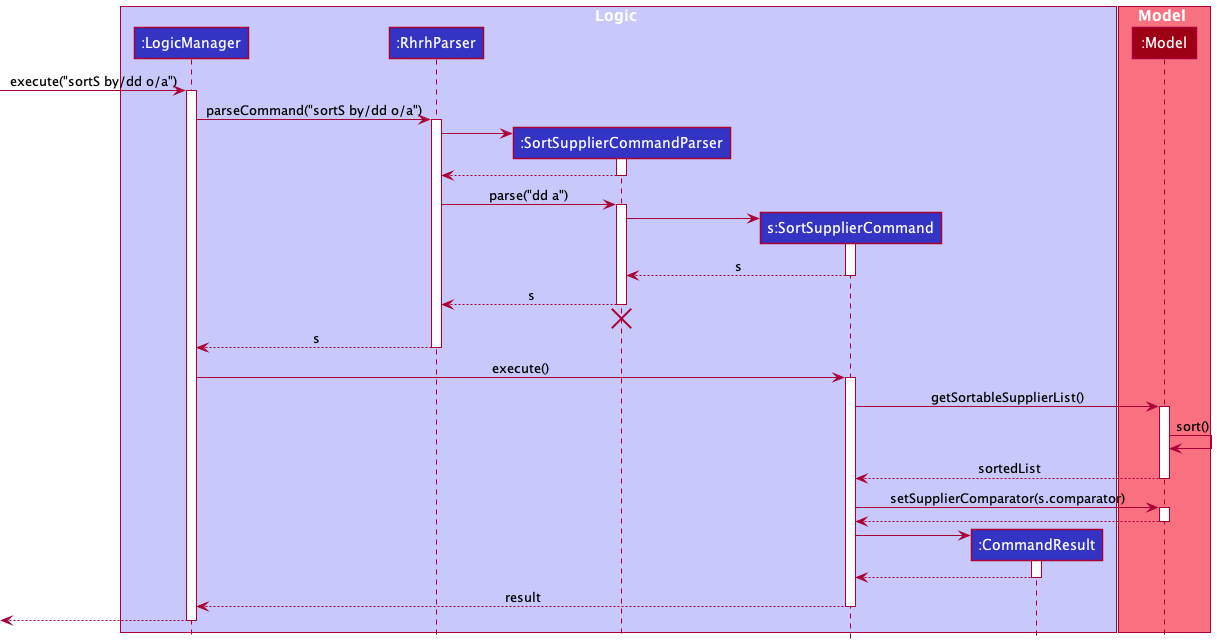
Before: docs/images/SortSequenceDiagram.png, a diagram exported from PlantUML (nus-cs2103-AY2122S1/tp).
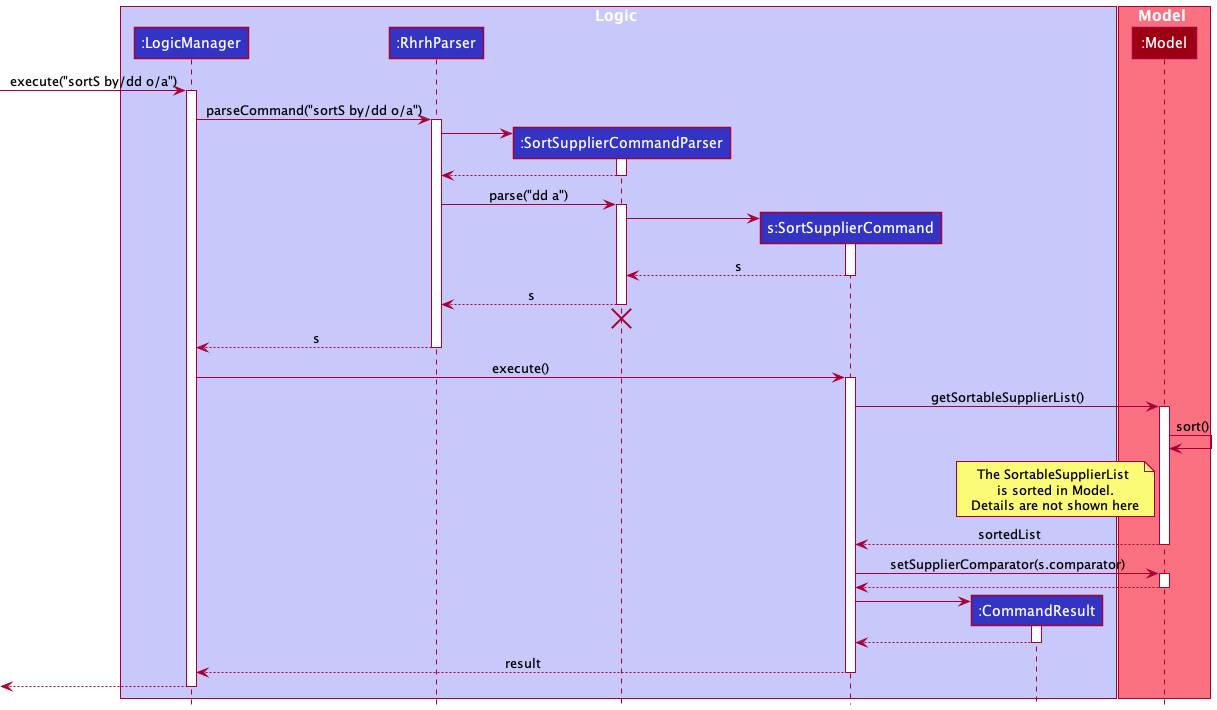
The same file after the commit.

Commit message:
Add UML note to Delete and Sort sequence diagrams

The edit, as a diff of the source:
```diff
@@ -52,6 +52,8 @@
 
 Model -> Model : sort()
 
+note left of Model : The SortableSupplierList \nis sorted in Model.\nDetails are not shown here
+
 
 Model --> SortSupplierCommand : sortedList
 deactivate Model
```
